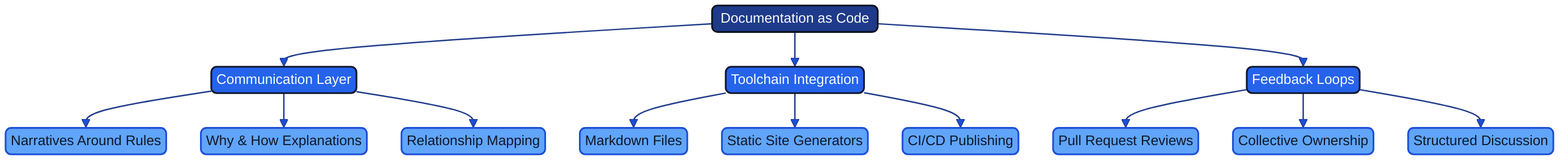
Earlier version of the Mermaid export docs/images/mindmap_23d_documentation.png (Geonitab/architecture_as_code). Its source is kept beside it as docs/images/mindmap_23d_documentation.mmd. The source it was exported from:
```mermaid
graph TD
    ROOT(["Documentation as Code"]):::geon-primary
    ROOT --> CL["Communication Layer"]:::geon-accent
    ROOT --> TI["Toolchain Integration"]:::geon-accent
    ROOT --> FL["Feedback Loops"]:::geon-accent
    CL --> CL1["Narratives Around Rules"]:::geon-highlight
    CL --> CL2["Why & How Explanations"]:::geon-highlight
    CL --> CL3["Relationship Mapping"]:::geon-highlight
    TI --> TI1["Markdown Files"]:::geon-highlight
    TI --> TI2["Static Site Generators"]:::geon-highlight
    TI --> TI3["CI/CD Publishing"]:::geon-highlight
    FL --> FL1["Pull Request Reviews"]:::geon-highlight
    FL --> FL2["Collective Ownership"]:::geon-highlight
    FL --> FL3["Structured Discussion"]:::geon-highlight
```
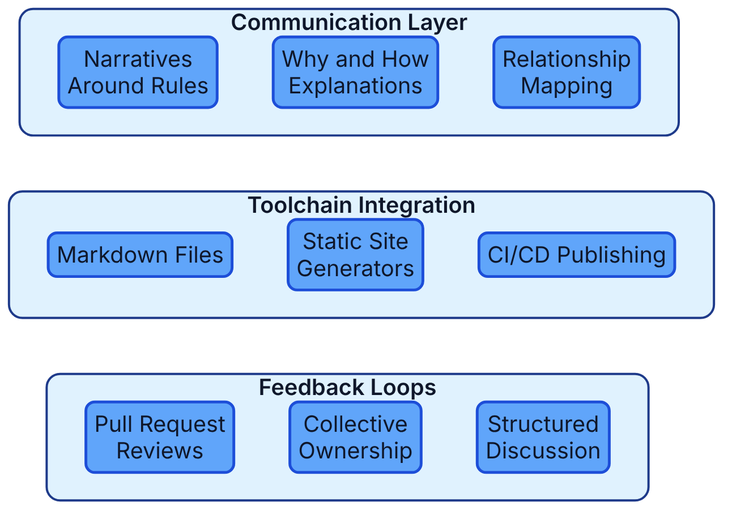
The same diagram one commit later.

The edit, as a diff of the source:
```diff
@@ -1,14 +1,22 @@
-graph TD
-    ROOT(["Documentation as Code"]):::geon-primary
-    ROOT --> CL["Communication Layer"]:::geon-accent
-    ROOT --> TI["Toolchain Integration"]:::geon-accent
-    ROOT --> FL["Feedback Loops"]:::geon-accent
-    CL --> CL1["Narratives Around Rules"]:::geon-highlight
-    CL --> CL2["Why & How Explanations"]:::geon-highlight
-    CL --> CL3["Relationship Mapping"]:::geon-highlight
-    TI --> TI1["Markdown Files"]:::geon-highlight
-    TI --> TI2["Static Site Generators"]:::geon-highlight
-    TI --> TI3["CI/CD Publishing"]:::geon-highlight
-    FL --> FL1["Pull Request Reviews"]:::geon-highlight
-    FL --> FL2["Collective Ownership"]:::geon-highlight
-    FL --> FL3["Structured Discussion"]:::geon-highlight
+flowchart TB
+    subgraph G0["Communication Layer"]
+        direction LR
+        N00["Narratives<br/>Around Rules"]:::geon-highlight
+        N01["Why and How<br/>Explanations"]:::geon-highlight
+        N02["Relationship<br/>Mapping"]:::geon-highlight
+    end
+    subgraph G1["Toolchain Integration"]
+        direction LR
+        N10["Markdown Files"]:::geon-highlight
+        N11["Static Site<br/>Generators"]:::geon-highlight
+        N12["CI/CD Publishing"]:::geon-highlight
+    end
+    subgraph G2["Feedback Loops"]
+        direction LR
+        N20["Pull Request<br/>Reviews"]:::geon-highlight
+        N21["Collective<br/>Ownership"]:::geon-highlight
+        N22["Structured<br/>Discussion"]:::geon-highlight
+    end
+
+    N01 ~~~ N11
+    N11 ~~~ N21
```
